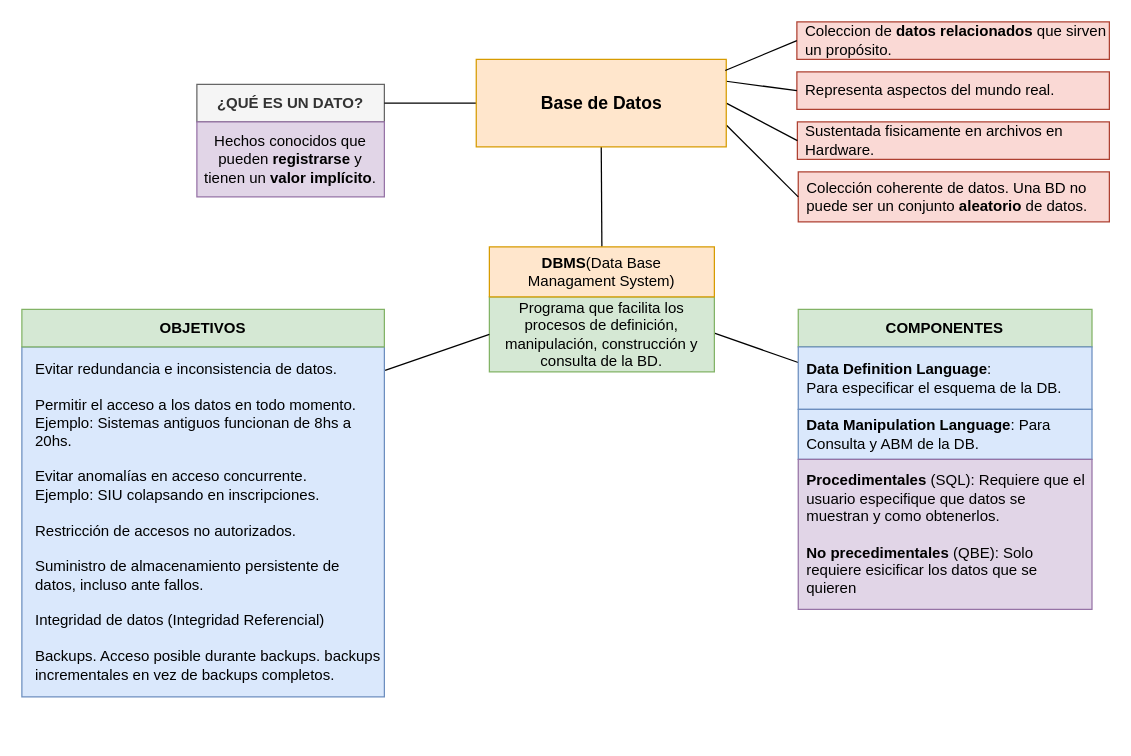
Earlier version of the draw.io diagram page "DB, Datos, DBMS" (1 of 8) of Diagrama-resumen.drawio (senras/DBD). Source tidied: cells renumbered, new cells numbered last; positions are measured from the earlier drawing's top-left corner, leaving out a move shared by most shapes. Both pictures are drawn from the tidied source at 125%, with x=0, y=0 at pixel (21, 21).
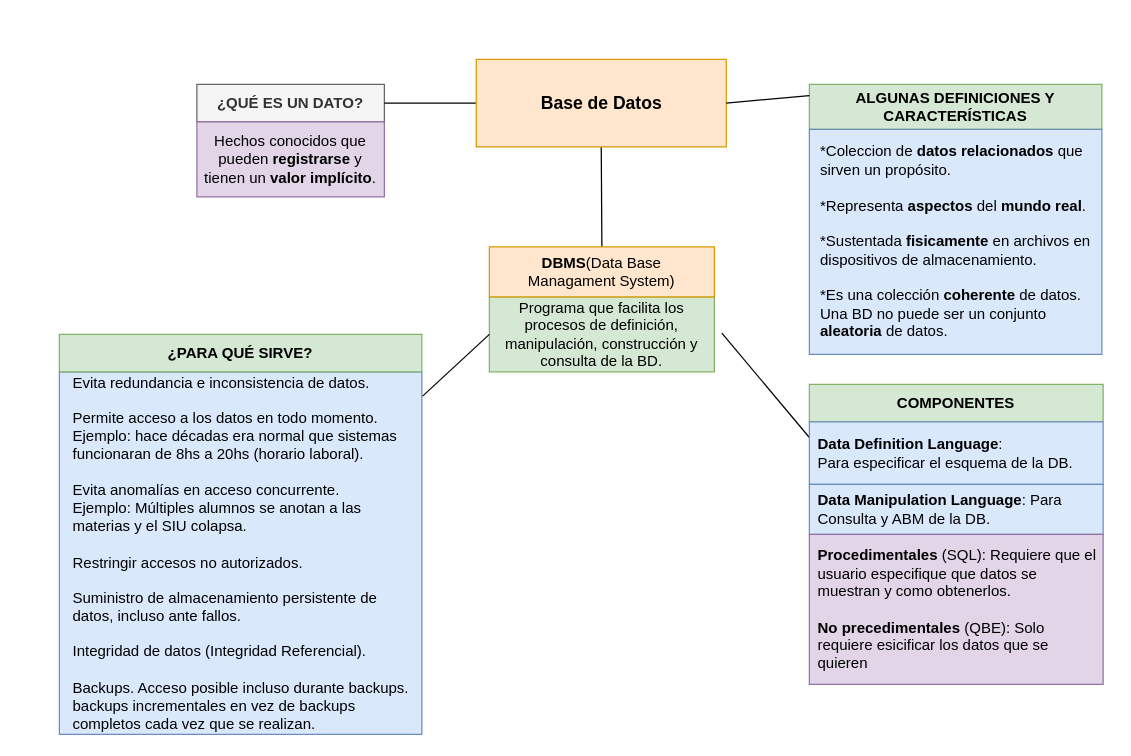
The same page after the edit.

The change refers to these unchanged cells:
```xml
<mxCell id="19" value="&lt;h3&gt;Base de Datos&lt;/h3&gt;" style="rounded=0;whiteSpace=wrap;html=1;fillColor=#ffe6cc;strokeColor=#d79b00;align=center;" parent="1" vertex="1">
  <mxGeometry x="363.5" y="30" width="200" height="70" as="geometry" />
</mxCell>
<mxCell id="25" value="&lt;b&gt;Data Definition Language&lt;/b&gt;: &lt;br&gt;Para especificar el esquema de la DB." style="text;html=1;align=left;verticalAlign=middle;whiteSpace=wrap;rounded=0;fillColor=#dae8fc;strokeColor=#6c8ebf;spacingLeft=5;" parent="23" vertex="1">
  <mxGeometry y="30" width="235" height="50" as="geometry" />
</mxCell>
```

Change to the diagram source:
```diff
@@
-    <mxCell id="2" value="&lt;div style=&quot;text-align: left;&quot;&gt;&lt;span style=&quot;background-color: initial;&quot;&gt;Evitar redundancia e inconsistencia de datos.&lt;/span&gt;&lt;/div&gt;&lt;span&gt;&lt;div style=&quot;text-align: left;&quot;&gt;&lt;br&gt;&lt;/div&gt;&lt;/span&gt;&lt;div style=&quot;text-align: left;&quot;&gt;&lt;span style=&quot;background-color: initial;&quot;&gt;Permitir el acceso a los datos en todo momento.&amp;nbsp;&lt;/span&gt;&lt;/div&gt;&lt;div style=&quot;text-align: left;&quot;&gt;&lt;span style=&quot;background-color: initial;&quot;&gt;Ejemplo: Sistemas antiguos funcionan de 8hs a 20hs.&lt;/span&gt;&lt;/div&gt;&lt;span&gt;&lt;div style=&quot;text-align: left;&quot;&gt;&lt;br&gt;&lt;/div&gt;&lt;/span&gt;&lt;div style=&quot;text-align: left;&quot;&gt;&lt;span style=&quot;background-color: initial;&quot;&gt;Evitar anomalías en acceso concurrente.&lt;/span&gt;&lt;/div&gt;&lt;div style=&quot;text-align: left;&quot;&gt;&lt;span style=&quot;background-color: initial;&quot;&gt;Ejemplo: SIU colapsando en inscripciones.&lt;/span&gt;&lt;/div&gt;&lt;span&gt;&lt;div style=&quot;text-align: left;&quot;&gt;&lt;br&gt;&lt;/div&gt;&lt;/span&gt;&lt;div style=&quot;text-align: left;&quot;&gt;&lt;span style=&quot;background-color: initial;&quot;&gt;Restricción de accesos no autorizados.&lt;/span&gt;&lt;/div&gt;&lt;span&gt;&lt;div style=&quot;text-align: left;&quot;&gt;&lt;br&gt;&lt;/div&gt;&lt;/span&gt;&lt;div style=&quot;text-align: left;&quot;&gt;&lt;span style=&quot;background-color: initial;&quot;&gt;Suministro de almacenamiento persistente de datos, incluso ante fallos.&lt;/span&gt;&lt;/div&gt;&lt;span&gt;&lt;div style=&quot;text-align: left;&quot;&gt;&lt;br&gt;&lt;/div&gt;&lt;/span&gt;&lt;div style=&quot;text-align: left;&quot;&gt;&lt;span style=&quot;background-color: initial;&quot;&gt;Integridad de datos (Integridad Referencial)&lt;/span&gt;&lt;/div&gt;&lt;span&gt;&lt;div style=&quot;text-align: left;&quot;&gt;&lt;br&gt;&lt;/div&gt;&lt;/span&gt;&lt;div style=&quot;text-align: left;&quot;&gt;&lt;span style=&quot;background-color: initial;&quot;&gt;Backups. Acceso posible durante backups. backups incrementales en vez de backups completos.&lt;/span&gt;&lt;/div&gt;" style="rounded=0;whiteSpace=wrap;html=1;fillColor=#dae8fc;strokeColor=#6c8ebf;spacingLeft=10;" parent="1" vertex="1">
-      <mxGeometry y="260" width="290" height="280" as="geometry" />
+    <mxCell id="2" value="&lt;div style=&quot;text-align: left;&quot;&gt;&lt;span style=&quot;background-color: initial;&quot;&gt;Evita redundancia e inconsistencia de datos.&lt;/span&gt;&lt;/div&gt;&lt;span&gt;&lt;div style=&quot;text-align: left;&quot;&gt;&lt;br&gt;&lt;/div&gt;&lt;/span&gt;&lt;div style=&quot;text-align: left;&quot;&gt;&lt;span style=&quot;background-color: initial;&quot;&gt;Permite acceso a los datos en todo momento.&amp;nbsp;&lt;/span&gt;&lt;/div&gt;&lt;div style=&quot;text-align: left;&quot;&gt;&lt;span style=&quot;background-color: initial;&quot;&gt;Ejemplo: hace décadas era normal que sistemas funcionaran de 8hs a 20hs (horario laboral).&lt;/span&gt;&lt;/div&gt;&lt;span&gt;&lt;div style=&quot;text-align: left;&quot;&gt;&lt;br&gt;&lt;/div&gt;&lt;/span&gt;&lt;div style=&quot;text-align: left;&quot;&gt;&lt;span style=&quot;background-color: initial;&quot;&gt;Evita anomalías en acceso concurrente.&lt;/span&gt;&lt;/div&gt;&lt;div style=&quot;text-align: left;&quot;&gt;&lt;span style=&quot;background-color: initial;&quot;&gt;Ejemplo: Múltiples alumnos se anotan a las materias y el SIU colapsa.&lt;/span&gt;&lt;/div&gt;&lt;span&gt;&lt;div style=&quot;text-align: left;&quot;&gt;&lt;br&gt;&lt;/div&gt;&lt;/span&gt;&lt;div style=&quot;text-align: left;&quot;&gt;&lt;span style=&quot;background-color: initial;&quot;&gt;Restringir accesos no autorizados.&lt;/span&gt;&lt;/div&gt;&lt;span&gt;&lt;div style=&quot;text-align: left;&quot;&gt;&lt;br&gt;&lt;/div&gt;&lt;/span&gt;&lt;div style=&quot;text-align: left;&quot;&gt;&lt;span style=&quot;background-color: initial;&quot;&gt;Suministro de almacenamiento persistente de datos, incluso ante fallos.&lt;/span&gt;&lt;/div&gt;&lt;span&gt;&lt;div style=&quot;text-align: left;&quot;&gt;&lt;br&gt;&lt;/div&gt;&lt;/span&gt;&lt;div style=&quot;text-align: left;&quot;&gt;&lt;span style=&quot;background-color: initial;&quot;&gt;Integridad de datos (Integridad Referencial).&lt;/span&gt;&lt;/div&gt;&lt;span&gt;&lt;div style=&quot;text-align: left;&quot;&gt;&lt;br&gt;&lt;/div&gt;&lt;/span&gt;&lt;div style=&quot;text-align: left;&quot;&gt;&lt;span style=&quot;background-color: initial;&quot;&gt;Backups. Acceso posible incluso durante backups. backups incrementales en vez de backups completos cada vez que se realizan.&lt;/span&gt;&lt;/div&gt;" style="rounded=0;whiteSpace=wrap;html=1;fillColor=#dae8fc;strokeColor=#6c8ebf;spacingLeft=10;" parent="1" vertex="1">
+      <mxGeometry x="30" y="280" width="290" height="290" as="geometry" />
     </mxCell>
-    <mxCell id="3" value="Representa aspectos del mundo real." style="text;html=1;strokeColor=#ae4132;fillColor=#fad9d5;align=left;verticalAlign=middle;whiteSpace=wrap;rounded=0;spacingLeft=5;" parent="1" vertex="1">
-      <mxGeometry x="620" y="40" width="250" height="30" as="geometry" />
-    </mxCell>
-    <mxCell id="4" value="Colección coherente de datos. Una BD no puede ser un conjunto &lt;b&gt;aleatorio &lt;/b&gt;de datos." style="text;html=1;strokeColor=#ae4132;fillColor=#fad9d5;align=left;verticalAlign=middle;whiteSpace=wrap;rounded=0;spacingLeft=5;" parent="1" vertex="1">
-      <mxGeometry x="621.1" y="120" width="248.9" height="40" as="geometry" />
-    </mxCell>
-    <mxCell id="5" value="Sustentada fisicamente en archivos en Hardware." style="text;html=1;strokeColor=#ae4132;fillColor=#fad9d5;align=left;verticalAlign=middle;whiteSpace=wrap;rounded=0;spacingLeft=5;" parent="1" vertex="1">
-      <mxGeometry x="620.4" y="80" width="249.6" height="30" as="geometry" />
-    </mxCell>
-    <mxCell id="6" value="OBJETIVOS" style="text;html=1;align=center;verticalAlign=middle;whiteSpace=wrap;rounded=0;fontStyle=1;fillColor=#d5e8d4;strokeColor=#82b366;" parent="1" vertex="1">
-      <mxGeometry y="230" width="290" height="30" as="geometry" />
+    <mxCell id="6" value="¿PARA QUÉ SIRVE?" style="text;html=1;align=center;verticalAlign=middle;whiteSpace=wrap;rounded=0;fontStyle=1;fillColor=#d5e8d4;strokeColor=#82b366;" parent="1" vertex="1">
+      <mxGeometry x="30" y="250" width="290" height="30" as="geometry" />
     </mxCell>
@@
     <mxCell id="8" style="rounded=0;jettySize=auto;html=1;exitX=1;exitY=0.5;exitDx=0;exitDy=0;entryX=0;entryY=0.25;entryDx=0;entryDy=0;endArrow=none;endFill=0;" parent="1" edge="1" target="25">
       <mxGeometry relative="1" as="geometry">
-        <mxPoint x="554" y="249" as="sourcePoint" />
+        <mxPoint x="560" y="249" as="sourcePoint" />
       </mxGeometry>
     </mxCell>
@@
-    <mxCell id="14" style="endArrow=none;html=1;rounded=0;exitX=1;exitY=0.25;exitDx=0;exitDy=0;entryX=0;entryY=0.5;entryDx=0;entryDy=0;" parent="1" edge="1" source="19" target="3">
-      <mxGeometry relative="1" as="geometry" />
-    </mxCell>
-    <mxCell id="15" style="endArrow=none;html=1;rounded=0;exitX=1;exitY=0.75;exitDx=0;exitDy=0;entryX=0;entryY=0.5;entryDx=0;entryDy=0;" parent="1" edge="1" source="19" target="4">
-      <mxGeometry relative="1" as="geometry" />
-    </mxCell>
-    <mxCell id="16" style="endArrow=none;html=1;rounded=0;exitX=0;exitY=0.5;exitDx=0;exitDy=0;entryX=1;entryY=0.5;entryDx=0;entryDy=0;" parent="1" edge="1" source="5" target="19">
-      <mxGeometry relative="1" as="geometry" />
-    </mxCell>
@@
-    <mxCell id="20" value="Coleccion de&amp;nbsp;&lt;b&gt;datos&amp;nbsp;&lt;/b&gt;&lt;b&gt;relacionados&amp;nbsp;&lt;/b&gt;que sirven un propósito." style="text;html=1;strokeColor=#ae4132;fillColor=#fad9d5;align=left;verticalAlign=middle;whiteSpace=wrap;rounded=0;spacingLeft=5;" parent="1" vertex="1">
-      <mxGeometry x="620" width="250" height="30" as="geometry" />
-    </mxCell>
@@
-    <mxCell id="22" style="endArrow=none;html=1;rounded=0;exitX=0;exitY=0.5;exitDx=0;exitDy=0;entryX=0.996;entryY=0.127;entryDx=0;entryDy=0;entryPerimeter=0;" parent="1" edge="1" source="20" target="19">
-      <mxGeometry relative="1" as="geometry" />
-    </mxCell>
     <mxCell id="23" style="group;" parent="1" vertex="1">
-      <mxGeometry x="621.1" y="230" width="235" height="240" as="geometry" />
+      <mxGeometry x="630" y="290" width="235" height="240" as="geometry" />
     </mxCell>
@@
+    <mxCell id="28" style="group;" parent="1" vertex="1">
+      <mxGeometry x="630" y="50" width="234" height="216" as="geometry" />
+    </mxCell>
+    <mxCell id="29" value="&lt;b&gt;ALGUNAS DEFINICIONES Y CARACTERÍSTICAS&lt;/b&gt;" style="rounded=0;whiteSpace=wrap;html=1;fillColor=#d5e8d4;strokeColor=#82b366;" parent="28" vertex="1">
+      <mxGeometry width="234" height="36" as="geometry" />
+    </mxCell>
+    <mxCell id="30" value="*Coleccion de&amp;nbsp;&lt;b style=&quot;&quot;&gt;datos&amp;nbsp;&lt;/b&gt;&lt;b style=&quot;&quot;&gt;relacionados&amp;nbsp;&lt;/b&gt;que sirven un propósito.&lt;br&gt;&lt;br&gt;*Representa &lt;b&gt;aspectos &lt;/b&gt;del &lt;b&gt;mundo real&lt;/b&gt;.&lt;br&gt;&lt;br&gt;*Sustentada &lt;b&gt;fisicamente &lt;/b&gt;en archivos en dispositivos de almacenamiento.&lt;br&gt;&lt;br&gt;*Es una colección &lt;b&gt;coherente &lt;/b&gt;de datos. Una BD no puede ser un conjunto &lt;b&gt;aleatoria &lt;/b&gt;de datos." style="rounded=0;whiteSpace=wrap;html=1;align=left;spacingLeft=7;fillColor=#dae8fc;strokeColor=#6c8ebf;" parent="28" vertex="1">
+      <mxGeometry y="36" width="234" height="180" as="geometry" />
+    </mxCell>
+    <mxCell id="31" style="endArrow=none;html=1;rounded=0;entryX=1;entryY=0.5;entryDx=0;entryDy=0;exitX=0;exitY=0.25;exitDx=0;exitDy=0;" parent="1" edge="1" source="29" target="19">
+      <mxGeometry relative="1" as="geometry" />
+    </mxCell>
```
